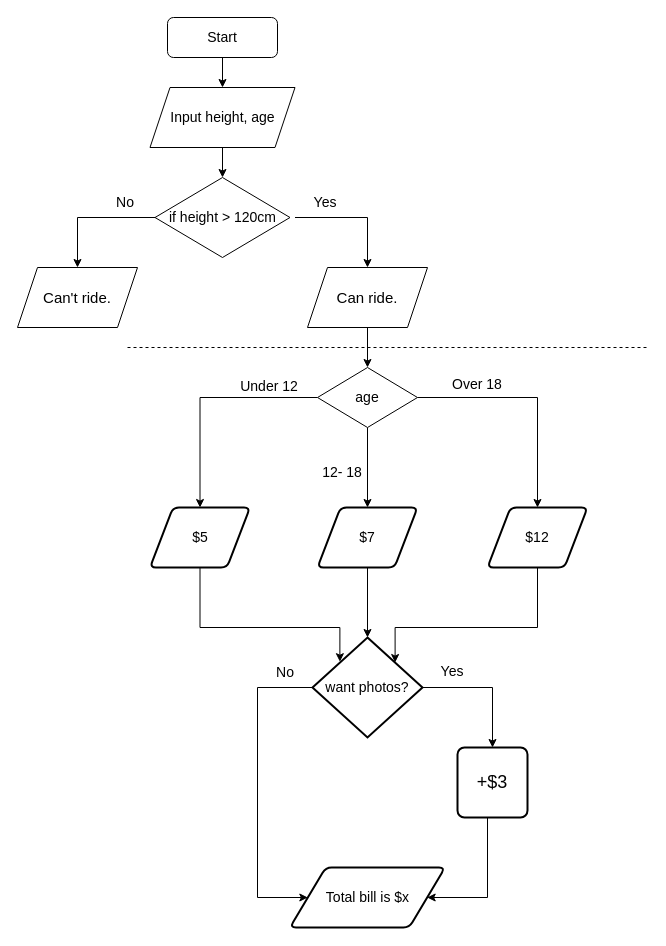
Before: python/roller_coaster.drawio in PuneetP16/draw.io_flowcharts, a draw.io diagram. Source tidied: cells renumbered, new cells numbered last; positions are measured from the earlier drawing's top-left corner, leaving out a move shared by most shapes. Both pictures are drawn from the tidied source at 100%, with x=0, y=0 at pixel (17, 17).
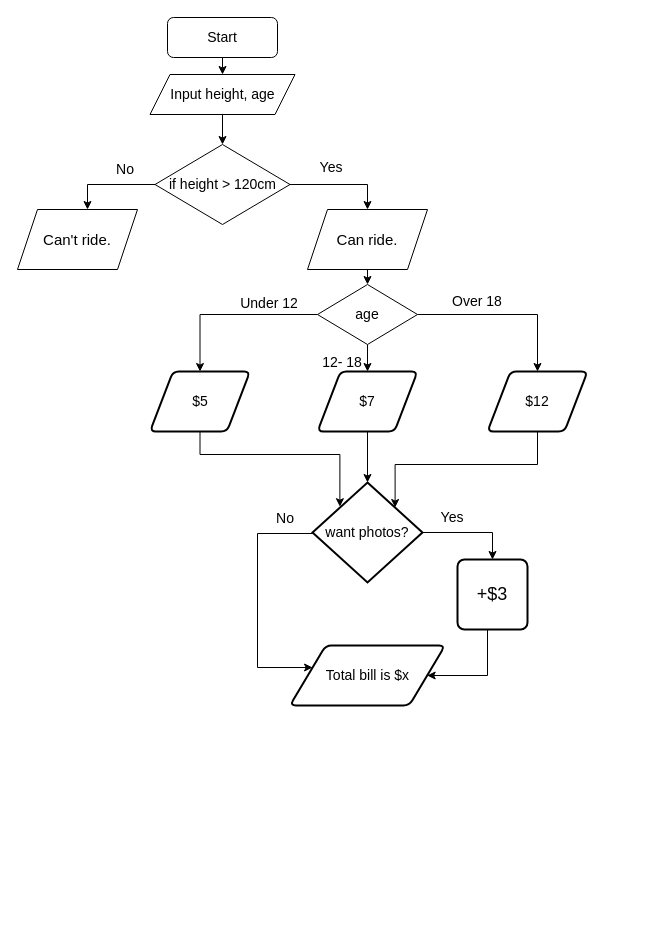
After the change.

Change to the diagram source:
```diff
@@
     <mxCell id="5" value="&lt;font style=&quot;font-size: 14px&quot;&gt;Input height, age&lt;/font&gt;" style="shape=parallelogram;perimeter=parallelogramPerimeter;whiteSpace=wrap;html=1;fixedSize=1;" parent="1" vertex="1">
-      <mxGeometry x="132.5" y="70" width="145" height="60" as="geometry" />
+      <mxGeometry x="132.5" y="57" width="145" height="40" as="geometry" />
     </mxCell>
     <mxCell id="6" style="edgeStyle=orthogonalEdgeStyle;rounded=0;jettySize=auto;html=1;exitX=0;exitY=0.5;exitDx=0;exitDy=0;fontSize=14;" parent="1" edge="1" source="7" target="8">
-      <mxGeometry relative="1" as="geometry" />
+      <mxGeometry relative="1" as="geometry">
+        <Array as="points">
+          <mxPoint x="70" y="167" />
+        </Array>
+      </mxGeometry>
     </mxCell>
     <mxCell id="7" value="&lt;font style=&quot;font-size: 14px&quot;&gt;if height &amp;gt; 120cm&lt;/font&gt;" style="rhombus;whiteSpace=wrap;html=1;" parent="1" vertex="1">
-      <mxGeometry x="137.5" y="160" width="135" height="80" as="geometry" />
+      <mxGeometry x="137.5" y="127" width="135" height="80" as="geometry" />
     </mxCell>
     <mxCell id="8" value="&lt;font style=&quot;font-size: 15px&quot;&gt;Can't ride.&lt;/font&gt;" style="shape=parallelogram;perimeter=parallelogramPerimeter;whiteSpace=wrap;html=1;fixedSize=1;" parent="1" vertex="1">
-      <mxGeometry y="250" width="120" height="60" as="geometry" />
+      <mxGeometry y="192" width="120" height="60" as="geometry" />
     </mxCell>
     <mxCell id="9" value="No" style="text;html=1;strokeColor=none;fillColor=none;align=center;verticalAlign=middle;whiteSpace=wrap;rounded=0;fontSize=14;" parent="1" vertex="1">
-      <mxGeometry x="77.5" y="170" width="60" height="30" as="geometry" />
+      <mxGeometry x="77.5" y="137" width="60" height="30" as="geometry" />
     </mxCell>
-    <mxCell id="10" style="edgeStyle=orthogonalEdgeStyle;rounded=0;jettySize=auto;html=1;exitX=0;exitY=1;exitDx=0;exitDy=0;fontSize=14;" parent="1" edge="1" source="11" target="17">
+    <mxCell id="10" style="edgeStyle=orthogonalEdgeStyle;rounded=0;jettySize=auto;html=1;exitX=1;exitY=0.5;exitDx=0;exitDy=0;fontSize=14;" parent="1" edge="1" source="7" target="17">
       <mxGeometry relative="1" as="geometry">
         <Array as="points">
-          <mxPoint x="350" y="200" />
+          <mxPoint x="350" y="167" />
         </Array>
       </mxGeometry>
     </mxCell>
-    <mxCell id="11" value="Yes" style="text;html=1;strokeColor=none;fillColor=none;align=center;verticalAlign=middle;whiteSpace=wrap;rounded=0;fontSize=14;" parent="1" vertex="1">
-      <mxGeometry x="277.5" y="170" width="60" height="30" as="geometry" />
-    </mxCell>
@@
     <mxCell id="15" value="age" style="rhombus;whiteSpace=wrap;html=1;fontSize=14;" parent="1" vertex="1">
-      <mxGeometry x="300" y="350" width="100" height="60" as="geometry" />
+      <mxGeometry x="300" y="267" width="100" height="60" as="geometry" />
     </mxCell>
@@
     <mxCell id="17" value="&lt;font style=&quot;font-size: 15px&quot;&gt;Can ride.&lt;/font&gt;" style="shape=parallelogram;perimeter=parallelogramPerimeter;whiteSpace=wrap;html=1;fixedSize=1;" parent="1" vertex="1">
-      <mxGeometry x="290" y="250" width="120" height="60" as="geometry" />
+      <mxGeometry x="290" y="192" width="120" height="60" as="geometry" />
     </mxCell>
-    <mxCell id="18" style="endArrow=none;dashed=1;html=1;rounded=0;fontSize=14;" parent="1" edge="1">
-      <mxGeometry relative="1" as="geometry">
-        <mxPoint x="110" y="330" as="sourcePoint" />
-        <mxPoint x="630" y="330" as="targetPoint" />
-      </mxGeometry>
-    </mxCell>
@@
     <mxCell id="20" value="$7" style="shape=parallelogram;html=1;strokeWidth=2;perimeter=parallelogramPerimeter;whiteSpace=wrap;rounded=1;arcSize=12;size=0.23;fontSize=14;" parent="1" vertex="1">
-      <mxGeometry x="300" y="490" width="100" height="60" as="geometry" />
+      <mxGeometry x="300" y="354" width="100" height="60" as="geometry" />
     </mxCell>
     <mxCell id="21" style="edgeStyle=orthogonalEdgeStyle;rounded=0;jettySize=auto;html=1;exitX=0.5;exitY=1;exitDx=0;exitDy=0;entryX=0.249;entryY=0.242;entryDx=0;entryDy=0;entryPerimeter=0;fontSize=14;" parent="1" edge="1" source="22" target="30">
       <mxGeometry relative="1" as="geometry">
         <Array as="points">
-          <mxPoint x="183" y="610" />
-          <mxPoint x="322" y="610" />
+          <mxPoint x="183" y="437" />
+          <mxPoint x="322" y="437" />
         </Array>
       </mxGeometry>
     </mxCell>
     <mxCell id="22" value="$5" style="shape=parallelogram;html=1;strokeWidth=2;perimeter=parallelogramPerimeter;whiteSpace=wrap;rounded=1;arcSize=12;size=0.23;fontSize=14;" parent="1" vertex="1">
-      <mxGeometry x="132.5" y="490" width="100" height="60" as="geometry" />
+      <mxGeometry x="132.5" y="354" width="100" height="60" as="geometry" />
     </mxCell>
     <mxCell id="23" style="edgeStyle=orthogonalEdgeStyle;rounded=0;jettySize=auto;html=1;exitX=0.5;exitY=1;exitDx=0;exitDy=0;entryX=0.751;entryY=0.25;entryDx=0;entryDy=0;entryPerimeter=0;fontSize=14;" parent="1" edge="1" source="24" target="30">
       <mxGeometry relative="1" as="geometry">
         <Array as="points">
-          <mxPoint x="520" y="610" />
-          <mxPoint x="378" y="610" />
+          <mxPoint x="520" y="447" />
+          <mxPoint x="378" y="447" />
         </Array>
       </mxGeometry>
     </mxCell>
     <mxCell id="24" value="$12" style="shape=parallelogram;html=1;strokeWidth=2;perimeter=parallelogramPerimeter;whiteSpace=wrap;rounded=1;arcSize=12;size=0.23;fontSize=14;" parent="1" vertex="1">
-      <mxGeometry x="470" y="490" width="100" height="60" as="geometry" />
+      <mxGeometry x="470" y="354" width="100" height="60" as="geometry" />
     </mxCell>
     <mxCell id="25" value="Under 12" style="text;html=1;strokeColor=none;fillColor=none;align=center;verticalAlign=middle;whiteSpace=wrap;rounded=0;fontSize=14;" parent="1" vertex="1">
-      <mxGeometry x="212.5" y="354" width="77.5" height="30" as="geometry" />
+      <mxGeometry x="212.5" y="271" width="77.5" height="30" as="geometry" />
     </mxCell>
     <mxCell id="26" value="Over 18" style="text;html=1;strokeColor=none;fillColor=none;align=center;verticalAlign=middle;whiteSpace=wrap;rounded=0;fontSize=14;" parent="1" vertex="1">
-      <mxGeometry x="430" y="352" width="60" height="30" as="geometry" />
+      <mxGeometry x="430" y="269" width="60" height="30" as="geometry" />
     </mxCell>
     <mxCell id="27" value="12- 18" style="text;html=1;strokeColor=none;fillColor=none;align=center;verticalAlign=middle;whiteSpace=wrap;rounded=0;fontSize=14;" parent="1" vertex="1">
-      <mxGeometry x="295" y="440" width="60" height="30" as="geometry" />
+      <mxGeometry x="295" y="330" width="60" height="30" as="geometry" />
     </mxCell>
@@
     <mxCell id="29" style="edgeStyle=orthogonalEdgeStyle;rounded=0;jettySize=auto;html=1;exitX=0;exitY=0.5;exitDx=0;exitDy=0;exitPerimeter=0;fontSize=18;" parent="1" edge="1" source="30" target="32">
       <mxGeometry relative="1" as="geometry">
         <Array as="points">
-          <mxPoint x="240" y="670" />
-          <mxPoint x="240" y="880" />
+          <mxPoint x="240" y="516" />
+          <mxPoint x="240" y="650" />
         </Array>
       </mxGeometry>
     </mxCell>
     <mxCell id="30" value="want photos?" style="strokeWidth=2;html=1;shape=mxgraph.flowchart.decision;whiteSpace=wrap;fontSize=14;" parent="1" vertex="1">
-      <mxGeometry x="295" y="620" width="110" height="100" as="geometry" />
+      <mxGeometry x="295" y="465" width="110" height="100" as="geometry" />
     </mxCell>
     <mxCell id="31" style="edgeStyle=orthogonalEdgeStyle;rounded=0;jettySize=auto;html=1;exitX=0.611;exitY=0.946;exitDx=0;exitDy=0;entryX=1;entryY=0.5;entryDx=0;entryDy=0;fontSize=18;exitPerimeter=0;" parent="1" edge="1" source="35" target="32">
       <mxGeometry relative="1" as="geometry">
         <Array as="points">
-          <mxPoint x="470" y="796" />
-          <mxPoint x="470" y="880" />
+          <mxPoint x="470" y="608" />
+          <mxPoint x="470" y="658" />
         </Array>
       </mxGeometry>
     </mxCell>
     <mxCell id="32" value="Total bill is $x" style="shape=parallelogram;html=1;strokeWidth=2;perimeter=parallelogramPerimeter;whiteSpace=wrap;rounded=1;arcSize=12;size=0.23;fontSize=14;" parent="1" vertex="1">
-      <mxGeometry x="272.5" y="850" width="155" height="60" as="geometry" />
+      <mxGeometry x="272.5" y="628" width="155" height="60" as="geometry" />
     </mxCell>
     <mxCell id="33" value="Yes" style="text;html=1;strokeColor=none;fillColor=none;align=center;verticalAlign=middle;whiteSpace=wrap;rounded=0;fontSize=14;shadow=0;" parent="1" vertex="1">
-      <mxGeometry x="405" y="639" width="60" height="30" as="geometry" />
+      <mxGeometry x="405" y="485" width="60" height="30" as="geometry" />
     </mxCell>
     <mxCell id="34" value="No" style="text;html=1;strokeColor=none;fillColor=none;align=center;verticalAlign=middle;whiteSpace=wrap;rounded=0;fontSize=14;" parent="1" vertex="1">
-      <mxGeometry x="237.5" y="640" width="60" height="30" as="geometry" />
+      <mxGeometry x="237.5" y="486" width="60" height="30" as="geometry" />
     </mxCell>
     <mxCell id="35" value="+$3" style="rounded=1;whiteSpace=wrap;html=1;absoluteArcSize=1;arcSize=14;strokeWidth=2;shadow=0;fontSize=18;" parent="1" vertex="1">
-      <mxGeometry x="440" y="730" width="70" height="70" as="geometry" />
+      <mxGeometry x="440" y="542" width="70" height="70" as="geometry" />
     </mxCell>
+    <mxCell id="11" value="Yes" style="text;html=1;strokeColor=none;fillColor=none;align=center;verticalAlign=middle;whiteSpace=wrap;rounded=0;fontSize=14;" parent="1" vertex="1">
+      <mxGeometry x="284" y="135" width="60" height="30" as="geometry" />
+    </mxCell>
```
